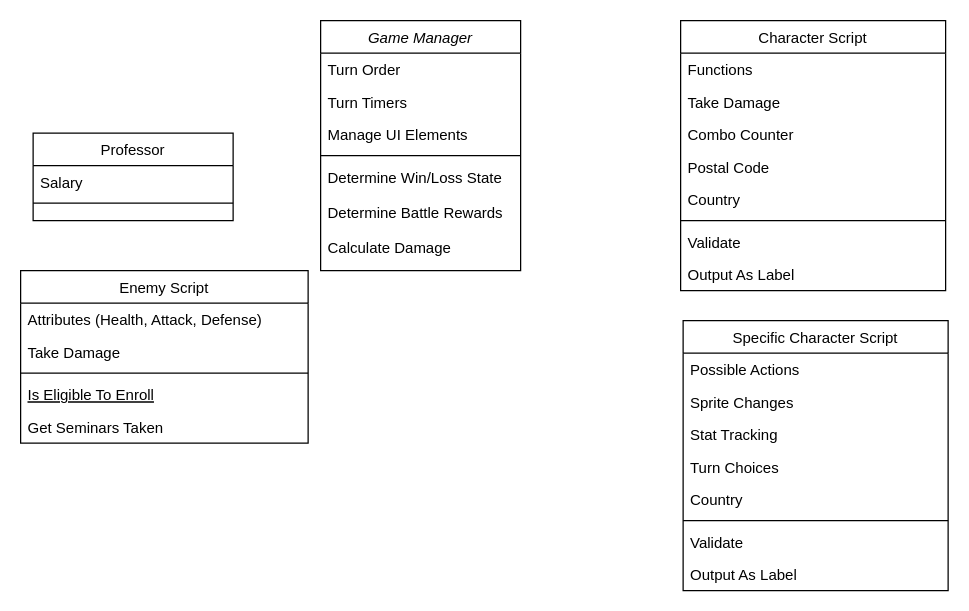
Above: Battle Logic.drawio in Bdarka/StreetFighterRPG (draw.io), before the change. Source tidied: cells renumbered, new cells numbered last; positions are measured from the earlier drawing's top-left corner, leaving out a move shared by most shapes. Both pictures are drawn from the tidied source at 125%, with x=0, y=0 at pixel (20, 20).
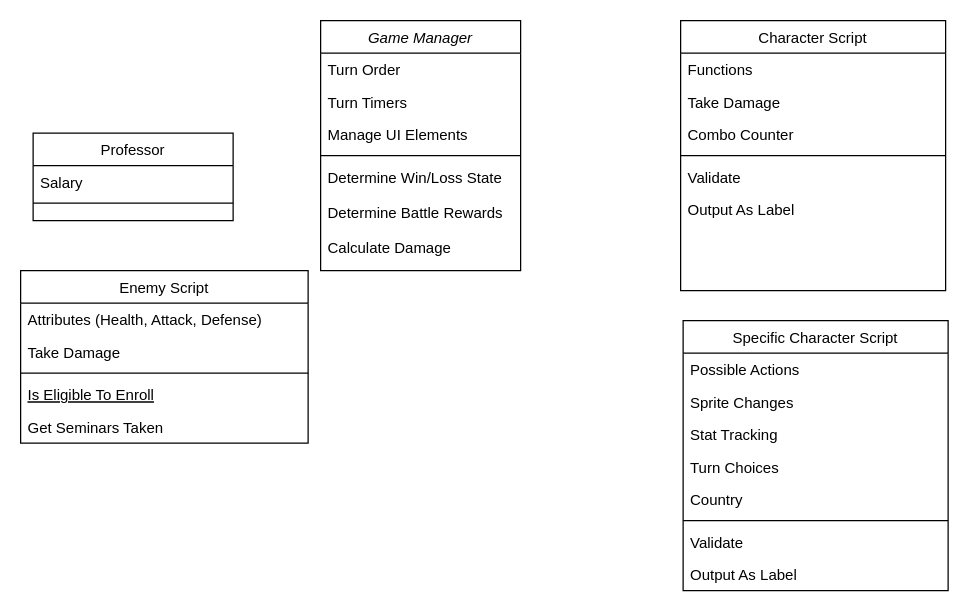
The same diagram, later.

The change refers to these unchanged cells:
```xml
<mxCell id="19" value="Character Script" style="swimlane;fontStyle=0;align=center;verticalAlign=top;horizontal=1;startSize=26;rounded=0;shadow=0;strokeWidth=1;" parent="1" vertex="1">
  <mxGeometry x="528" width="212" height="216" as="geometry" />
</mxCell>
```

The edit, as a diff of the source:
```diff
@@
-    <mxCell id="23" value="Postal Code" style="text;align=left;verticalAlign=top;spacingLeft=4;spacingRight=4;overflow=hidden;rounded=0;shadow=0;html=0;" parent="19" vertex="1">
-      <mxGeometry y="104" width="212" height="26" as="geometry" />
-    </mxCell>
-    <mxCell id="24" value="Country" style="text;align=left;verticalAlign=top;spacingLeft=4;spacingRight=4;overflow=hidden;rounded=0;shadow=0;html=0;" parent="19" vertex="1">
-      <mxGeometry y="130" width="212" height="26" as="geometry" />
-    </mxCell>
     <mxCell id="25" style="line;html=1;strokeWidth=1;align=left;verticalAlign=middle;spacingTop=-1;spacingLeft=3;spacingRight=3;labelPosition=right;" parent="19" vertex="1">
-      <mxGeometry y="156" width="212" height="8" as="geometry" />
+      <mxGeometry y="104" width="212" height="8" as="geometry" />
     </mxCell>
     <mxCell id="26" value="Validate" style="text;align=left;verticalAlign=top;spacingLeft=4;spacingRight=4;overflow=hidden;" parent="19" vertex="1">
-      <mxGeometry y="164" width="212" height="26" as="geometry" />
+      <mxGeometry y="112" width="212" height="26" as="geometry" />
     </mxCell>
     <mxCell id="27" value="Output As Label" style="text;align=left;verticalAlign=top;spacingLeft=4;spacingRight=4;overflow=hidden;" parent="19" vertex="1">
-      <mxGeometry y="190" width="212" height="26" as="geometry" />
+      <mxGeometry y="138" width="212" height="26" as="geometry" />
     </mxCell>
```
